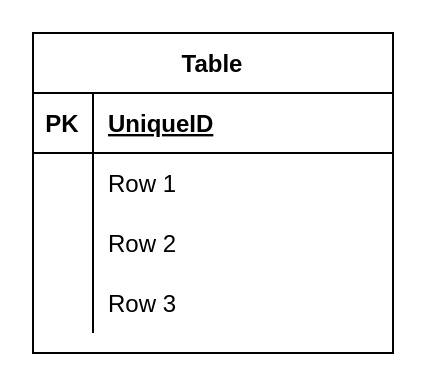
Earlier version of the draw.io diagram furima_table.dio (kuuleon/furima-kagawa2021-passpo). Source tidied: cells renumbered, new cells numbered last; positions are measured from the earlier drawing's top-left corner, leaving out a move shared by most shapes. Both pictures are drawn from the tidied source at 200%, with x=0, y=0 at pixel (32, 32).
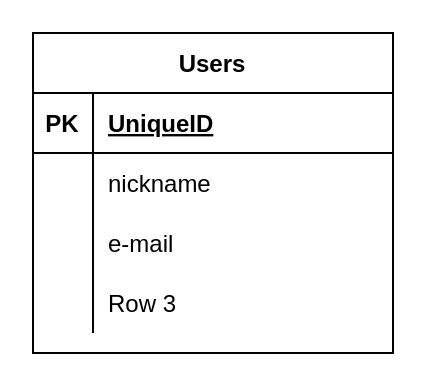
The same diagram, later.

Commit message:
テストテーブル

Diff of the diagram source:
```diff
@@
 <mxGraphModel>
   <root>
     <mxCell id="0" />
     <mxCell id="1" parent="0" />
-    <mxCell id="2" value="Table" style="shape=table;startSize=30;childLayout=tableLayout;rowLines=0;fontStyle=1;align=center;" parent="1" vertex="1">
+    <mxCell id="2" value="Users" style="shape=table;startSize=30;childLayout=tableLayout;rowLines=0;fontStyle=1;align=center;" parent="1" vertex="1">
       <mxGeometry width="180" height="160" as="geometry" />
     </mxCell>
     <mxCell id="3" style="shape=partialRectangle;fillColor=none;top=0;left=0;bottom=1;right=0;" parent="2" vertex="1">
       <mxGeometry y="30" width="180" height="30" as="geometry" />
     </mxCell>
     <mxCell id="4" value="PK" style="shape=partialRectangle;fillColor=none;top=0;left=0;bottom=0;right=0;fontStyle=1;overflow=hidden;" parent="3" vertex="1">
       <mxGeometry width="30" height="30" as="geometry" />
     </mxCell>
     <mxCell id="5" value="UniqueID" style="shape=partialRectangle;fillColor=none;top=0;left=0;bottom=0;right=0;align=left;spacingLeft=6;fontStyle=5;overflow=hidden;" parent="3" vertex="1">
       <mxGeometry x="30" width="150" height="30" as="geometry" />
     </mxCell>
     <mxCell id="6" style="shape=partialRectangle;fillColor=none;top=0;left=0;bottom=0;right=0;" parent="2" vertex="1">
       <mxGeometry y="60" width="180" height="30" as="geometry" />
     </mxCell>
     <mxCell id="7" style="shape=partialRectangle;fillColor=none;top=0;left=0;bottom=0;right=0;overflow=hidden;" parent="6" vertex="1">
       <mxGeometry width="30" height="30" as="geometry" />
     </mxCell>
-    <mxCell id="8" value="Row 1" style="shape=partialRectangle;fillColor=none;top=0;left=0;bottom=0;right=0;align=left;spacingLeft=6;overflow=hidden;" parent="6" vertex="1">
+    <mxCell id="8" value="nickname" style="shape=partialRectangle;fillColor=none;top=0;left=0;bottom=0;right=0;align=left;spacingLeft=6;overflow=hidden;" parent="6" vertex="1">
       <mxGeometry x="30" width="150" height="30" as="geometry" />
     </mxCell>
     <mxCell id="9" style="shape=partialRectangle;fillColor=none;top=0;left=0;bottom=0;right=0;" parent="2" vertex="1">
       <mxGeometry y="90" width="180" height="30" as="geometry" />
     </mxCell>
     <mxCell id="10" style="shape=partialRectangle;fillColor=none;top=0;left=0;bottom=0;right=0;overflow=hidden;" parent="9" vertex="1">
       <mxGeometry width="30" height="30" as="geometry" />
     </mxCell>
-    <mxCell id="11" value="Row 2" style="shape=partialRectangle;fillColor=none;top=0;left=0;bottom=0;right=0;align=left;spacingLeft=6;overflow=hidden;" parent="9" vertex="1">
+    <mxCell id="11" value="e-mail" style="shape=partialRectangle;fillColor=none;top=0;left=0;bottom=0;right=0;align=left;spacingLeft=6;overflow=hidden;" parent="9" vertex="1">
       <mxGeometry x="30" width="150" height="30" as="geometry" />
     </mxCell>
     <mxCell id="12" style="shape=partialRectangle;fillColor=none;top=0;left=0;bottom=0;right=0;" parent="2" vertex="1">
       <mxGeometry y="120" width="180" height="30" as="geometry" />
     </mxCell>
     <mxCell id="13" style="shape=partialRectangle;fillColor=none;top=0;left=0;bottom=0;right=0;overflow=hidden;" parent="12" vertex="1">
       <mxGeometry width="30" height="30" as="geometry" />
     </mxCell>
     <mxCell id="14" value="Row 3" style="shape=partialRectangle;fillColor=none;top=0;left=0;bottom=0;right=0;align=left;spacingLeft=6;overflow=hidden;" parent="12" vertex="1">
       <mxGeometry x="30" width="150" height="30" as="geometry" />
     </mxCell>
   </root>
 </mxGraphModel>
```
